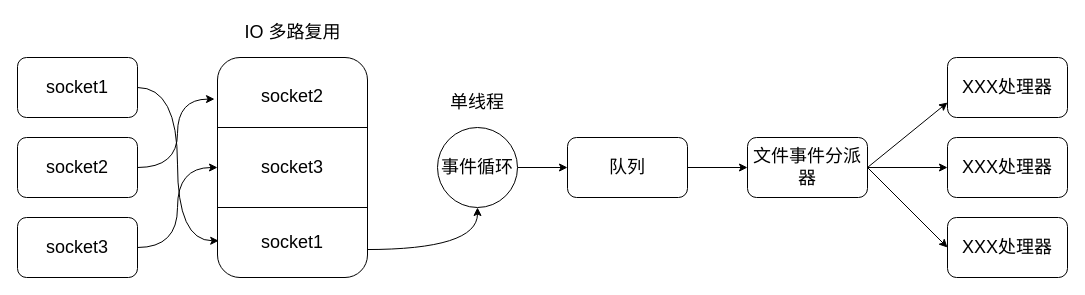
This is redis高性能.drawio from Lainy0605/graduate, a draw.io file, before an edit. Source tidied: cells renumbered, new cells numbered last; positions are measured from the earlier drawing's top-left corner, leaving out a move shared by most shapes. Both pictures are drawn from the tidied source at 100%, with x=0, y=0 at pixel (17, 17).
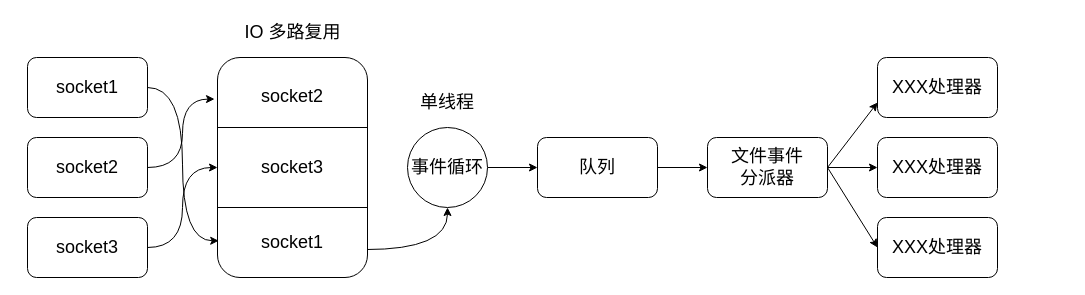
Above is the later version.

Commit message:
更新redis高性能.drawio

What changed in the source:
```diff
@@
     <mxCell id="2" value="socket1" style="rounded=1;whiteSpace=wrap;html=1;fontSize=18;" parent="1" vertex="1">
-      <mxGeometry y="40" width="120" height="60" as="geometry" />
+      <mxGeometry x="10" y="40" width="120" height="60" as="geometry" />
     </mxCell>
     <mxCell id="3" value="socket2" style="rounded=1;whiteSpace=wrap;html=1;fontSize=18;" parent="1" vertex="1">
-      <mxGeometry y="120" width="120" height="60" as="geometry" />
+      <mxGeometry x="10" y="120" width="120" height="60" as="geometry" />
     </mxCell>
@@
     <mxCell id="5" value="socket3" style="rounded=1;whiteSpace=wrap;html=1;fontSize=18;" parent="1" vertex="1">
-      <mxGeometry y="200" width="120" height="60" as="geometry" />
+      <mxGeometry x="10" y="200" width="120" height="60" as="geometry" />
     </mxCell>
@@
-    <mxCell id="19" value="文件事件分派器" style="rounded=1;whiteSpace=wrap;html=1;fontSize=18;" parent="1" vertex="1">
-      <mxGeometry x="730" y="120" width="120" height="60" as="geometry" />
+    <mxCell id="19" value="文件事件&lt;div&gt;分派器&lt;/div&gt;" style="rounded=1;whiteSpace=wrap;html=1;fontSize=18;" parent="1" vertex="1">
+      <mxGeometry x="690" y="120" width="120" height="60" as="geometry" />
     </mxCell>
     <mxCell id="20" value="XXX处理器" style="rounded=1;whiteSpace=wrap;html=1;fontSize=18;" parent="1" vertex="1">
-      <mxGeometry x="930" y="40" width="120" height="60" as="geometry" />
+      <mxGeometry x="860" y="40" width="120" height="60" as="geometry" />
     </mxCell>
     <mxCell id="21" value="XXX处理器" style="rounded=1;whiteSpace=wrap;html=1;fontSize=18;" parent="1" vertex="1">
-      <mxGeometry x="930" y="120" width="120" height="60" as="geometry" />
+      <mxGeometry x="860" y="120" width="120" height="60" as="geometry" />
     </mxCell>
     <mxCell id="22" value="XXX处理器" style="rounded=1;whiteSpace=wrap;html=1;fontSize=18;" parent="1" vertex="1">
-      <mxGeometry x="930" y="200" width="120" height="60" as="geometry" />
+      <mxGeometry x="860" y="200" width="120" height="60" as="geometry" />
     </mxCell>
@@
     <mxCell id="24" value="事件循环" style="ellipse;whiteSpace=wrap;html=1;fontSize=18;" parent="1" vertex="1">
-      <mxGeometry x="420" y="110" width="80" height="80" as="geometry" />
+      <mxGeometry x="390" y="110" width="80" height="80" as="geometry" />
     </mxCell>
@@
     <mxCell id="26" value="队列" style="rounded=1;whiteSpace=wrap;html=1;fontSize=18;" parent="1" vertex="1">
-      <mxGeometry x="550" y="120" width="120" height="60" as="geometry" />
+      <mxGeometry x="520" y="120" width="120" height="60" as="geometry" />
     </mxCell>
     <mxCell id="27" value="单线程" style="text;html=1;whiteSpace=wrap;strokeColor=none;fillColor=none;align=center;verticalAlign=middle;rounded=0;fontSize=18;" parent="1" vertex="1">
-      <mxGeometry x="430" y="70" width="60" height="30" as="geometry" />
+      <mxGeometry x="400" y="70" width="60" height="30" as="geometry" />
     </mxCell>
```
